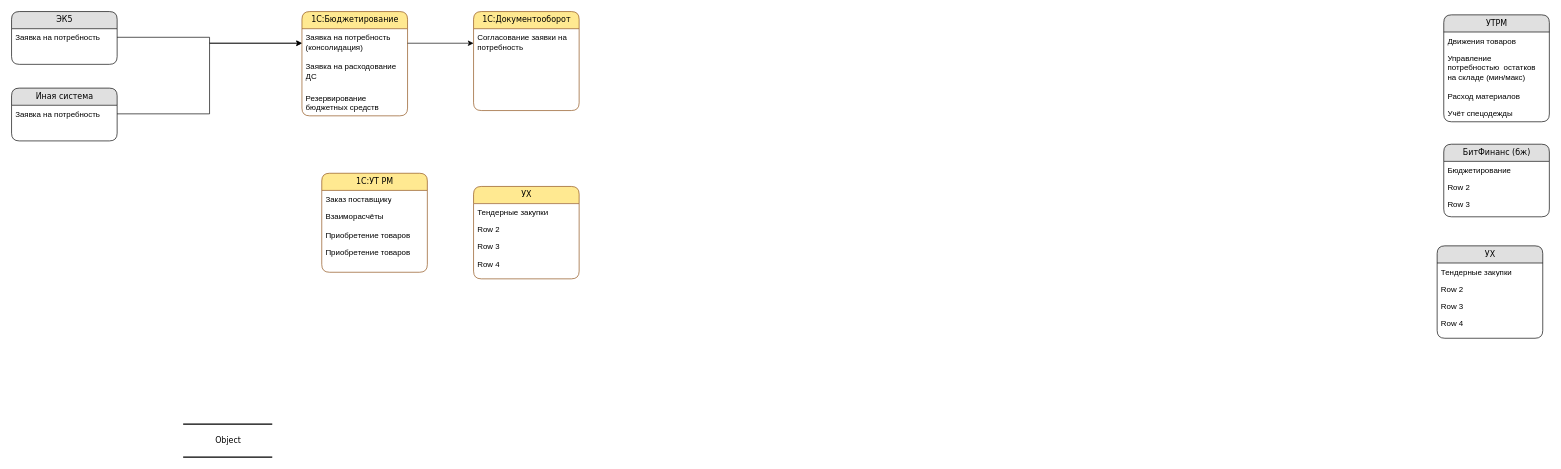
Earlier version of the draw.io diagram Диаграмма без названия.drawio (mih-ap/dwaw.io). Source tidied: cells renumbered, new cells numbered last; positions are measured from the earlier drawing's top-left corner, leaving out a move shared by most shapes. Both pictures are drawn from the tidied source at 66%, with x=0, y=0 at pixel (11, 11).
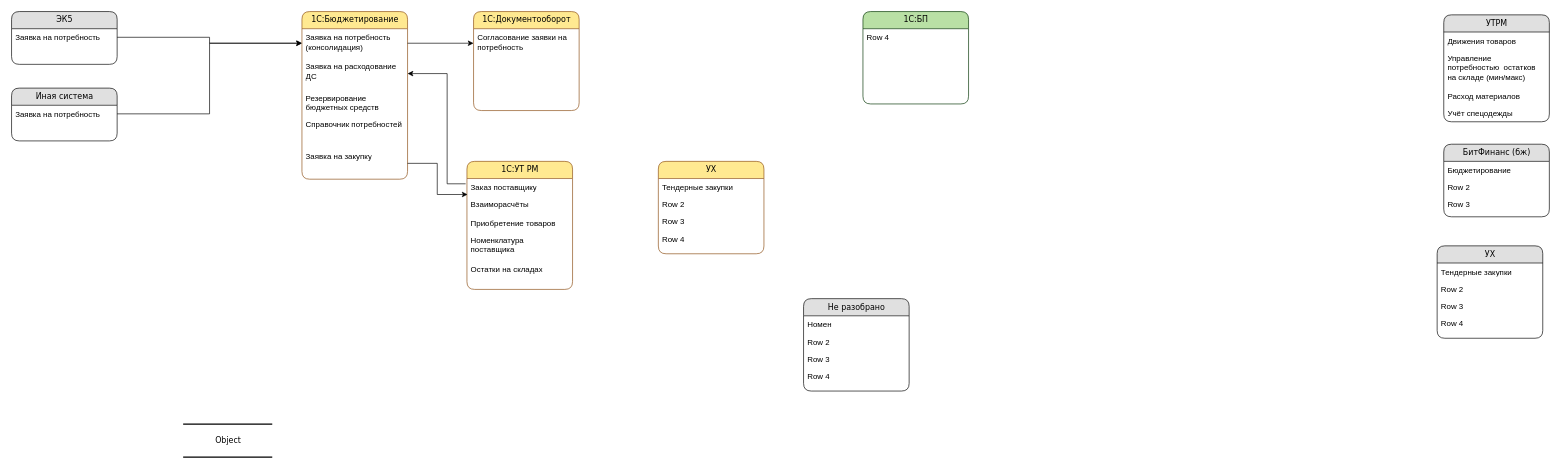
The same page after the edit.

The change refers to these unchanged cells:
```xml
<mxCell id="18" value="Заказ поставщику" style="text;html=1;strokeColor=none;fillColor=none;spacingLeft=4;spacingRight=4;whiteSpace=wrap;overflow=hidden;points=[[0,0.5],[1,0.5]];portConstraint=eastwest;" parent="17" vertex="1">
  <mxGeometry y="26" width="160" height="26" as="geometry" />
</mxCell>
<mxCell id="24" value="Заявка на расходование ДС" style="text;html=1;strokeColor=none;fillColor=none;spacingLeft=4;spacingRight=4;whiteSpace=wrap;overflow=hidden;points=[[0,0.5],[1,0.5]];portConstraint=eastwest;" parent="22" vertex="1">
  <mxGeometry y="70" width="160" height="48" as="geometry" />
</mxCell>
```

Change to the diagram source:
```diff
@@
     <mxCell id="17" value="1С:УТ РМ" style="swimlane;html=1;fontStyle=0;horizontal=1;startSize=26;fillColor=#FFE991;swimlaneFillColor=#ffffff;align=center;rounded=1;shadow=0;comic=0;labelBackgroundColor=none;strokeWidth=1;fontFamily=Verdana;fontSize=12;strokeColor=#8B4D13;" parent="1" vertex="1">
-      <mxGeometry x="470" y="245" width="160" height="150" as="geometry" />
+      <mxGeometry x="690" y="227" width="160" height="194" as="geometry" />
     </mxCell>
@@
-    <mxCell id="21" value="Приобретение товаров" style="text;html=1;strokeColor=none;fillColor=none;spacingLeft=4;spacingRight=4;whiteSpace=wrap;overflow=hidden;" parent="17" vertex="1">
-      <mxGeometry y="106" width="160" height="26" as="geometry" />
+    <mxCell id="21" value="Номенклатура поставщика" style="text;html=1;strokeColor=none;fillColor=none;spacingLeft=4;spacingRight=4;whiteSpace=wrap;overflow=hidden;" parent="17" vertex="1">
+      <mxGeometry y="106" width="160" height="44" as="geometry" />
     </mxCell>
+    <mxCell id="40" value="Остатки на складах" style="text;html=1;strokeColor=none;fillColor=none;spacingLeft=4;spacingRight=4;whiteSpace=wrap;overflow=hidden;" parent="17" vertex="1">
+      <mxGeometry y="150" width="160" height="44" as="geometry" />
+    </mxCell>
     <mxCell id="22" value="1С:Бюджетирование" style="swimlane;html=1;fontStyle=0;horizontal=1;startSize=26;fillColor=#FFE991;swimlaneFillColor=#ffffff;align=center;rounded=1;shadow=0;comic=0;labelBackgroundColor=none;strokeWidth=1;fontFamily=Verdana;fontSize=12;strokeColor=#8B4D13;" parent="1" vertex="1">
-      <mxGeometry x="440" width="160" height="158" as="geometry" />
+      <mxGeometry x="440" width="160" height="254" as="geometry" />
     </mxCell>
@@
+    <mxCell id="41" value="Справочник потребностей" style="text;html=1;strokeColor=none;fillColor=none;spacingLeft=4;spacingRight=4;whiteSpace=wrap;overflow=hidden;" parent="22" vertex="1">
+      <mxGeometry y="158" width="160" height="48" as="geometry" />
+    </mxCell>
+    <mxCell id="42" value="Заявка на закупку" style="text;html=1;strokeColor=none;fillColor=none;spacingLeft=4;spacingRight=4;whiteSpace=wrap;overflow=hidden;points=[[0,0.5],[1,0.5]];portConstraint=eastwest;" parent="22" vertex="1">
+      <mxGeometry y="206" width="160" height="48" as="geometry" />
+    </mxCell>
     <mxCell id="26" value="УХ" style="swimlane;html=1;fontStyle=0;horizontal=1;startSize=26;fillColor=#FFE991;swimlaneFillColor=#ffffff;align=center;rounded=1;shadow=0;comic=0;labelBackgroundColor=none;strokeWidth=1;fontFamily=Verdana;fontSize=12;strokeColor=#8B4D13;" parent="1" vertex="1">
-      <mxGeometry x="700" y="265" width="160" height="140" as="geometry" />
+      <mxGeometry x="980" y="227" width="160" height="140" as="geometry" />
     </mxCell>
@@
+    <mxCell id="43" value="1С:БП" style="swimlane;html=1;fontStyle=0;horizontal=1;startSize=26;fillColor=#B9E0A5;swimlaneFillColor=#ffffff;align=center;rounded=1;shadow=0;comic=0;labelBackgroundColor=none;strokeWidth=1;fontFamily=Verdana;fontSize=12;strokeColor=#003300;" parent="1" vertex="1">
+      <mxGeometry x="1290" width="160" height="140" as="geometry" />
+    </mxCell>
+    <mxCell id="44" value="Row 4" style="text;html=1;strokeColor=none;fillColor=none;spacingLeft=4;spacingRight=4;whiteSpace=wrap;overflow=hidden;" parent="43" vertex="1">
+      <mxGeometry y="26" width="160" height="26" as="geometry" />
+    </mxCell>
+    <mxCell id="45" value="Не разобрано" style="swimlane;html=1;fontStyle=0;horizontal=1;startSize=26;fillColor=#e0e0e0;swimlaneFillColor=#ffffff;align=center;rounded=1;shadow=0;comic=0;labelBackgroundColor=none;strokeWidth=1;fontFamily=Verdana;fontSize=12;" parent="1" vertex="1">
+      <mxGeometry x="1200" y="435" width="160" height="140" as="geometry" />
+    </mxCell>
+    <mxCell id="46" value="Номен" style="text;html=1;strokeColor=none;fillColor=none;spacingLeft=4;spacingRight=4;whiteSpace=wrap;overflow=hidden;" parent="45" vertex="1">
+      <mxGeometry y="26" width="160" height="26" as="geometry" />
+    </mxCell>
+    <mxCell id="47" value="Row 2" style="text;html=1;strokeColor=none;fillColor=none;spacingLeft=4;spacingRight=4;whiteSpace=wrap;overflow=hidden;" parent="45" vertex="1">
+      <mxGeometry y="52" width="160" height="26" as="geometry" />
+    </mxCell>
+    <mxCell id="48" value="Row 3" style="text;html=1;strokeColor=none;fillColor=none;spacingLeft=4;spacingRight=4;whiteSpace=wrap;overflow=hidden;" parent="45" vertex="1">
+      <mxGeometry y="78" width="160" height="26" as="geometry" />
+    </mxCell>
+    <mxCell id="49" value="Row 4" style="text;html=1;strokeColor=none;fillColor=none;spacingLeft=4;spacingRight=4;whiteSpace=wrap;overflow=hidden;" parent="45" vertex="1">
+      <mxGeometry y="104" width="160" height="26" as="geometry" />
+    </mxCell>
+    <mxCell id="50" style="edgeStyle=orthogonalEdgeStyle;rounded=0;jettySize=auto;html=1;entryX=0.006;entryY=0.93;entryDx=0;entryDy=0;entryPerimeter=0;" parent="1" edge="1" source="42" target="18">
+      <mxGeometry relative="1" as="geometry" />
+    </mxCell>
+    <mxCell id="51" style="edgeStyle=orthogonalEdgeStyle;rounded=0;jettySize=auto;html=1;" parent="1" edge="1" target="24">
+      <mxGeometry relative="1" as="geometry">
+        <mxPoint x="688" y="261" as="sourcePoint" />
+        <Array as="points">
+          <mxPoint x="688" y="261" />
+          <mxPoint x="660" y="261" />
+          <mxPoint x="660" y="94" />
+        </Array>
+      </mxGeometry>
+    </mxCell>
```
